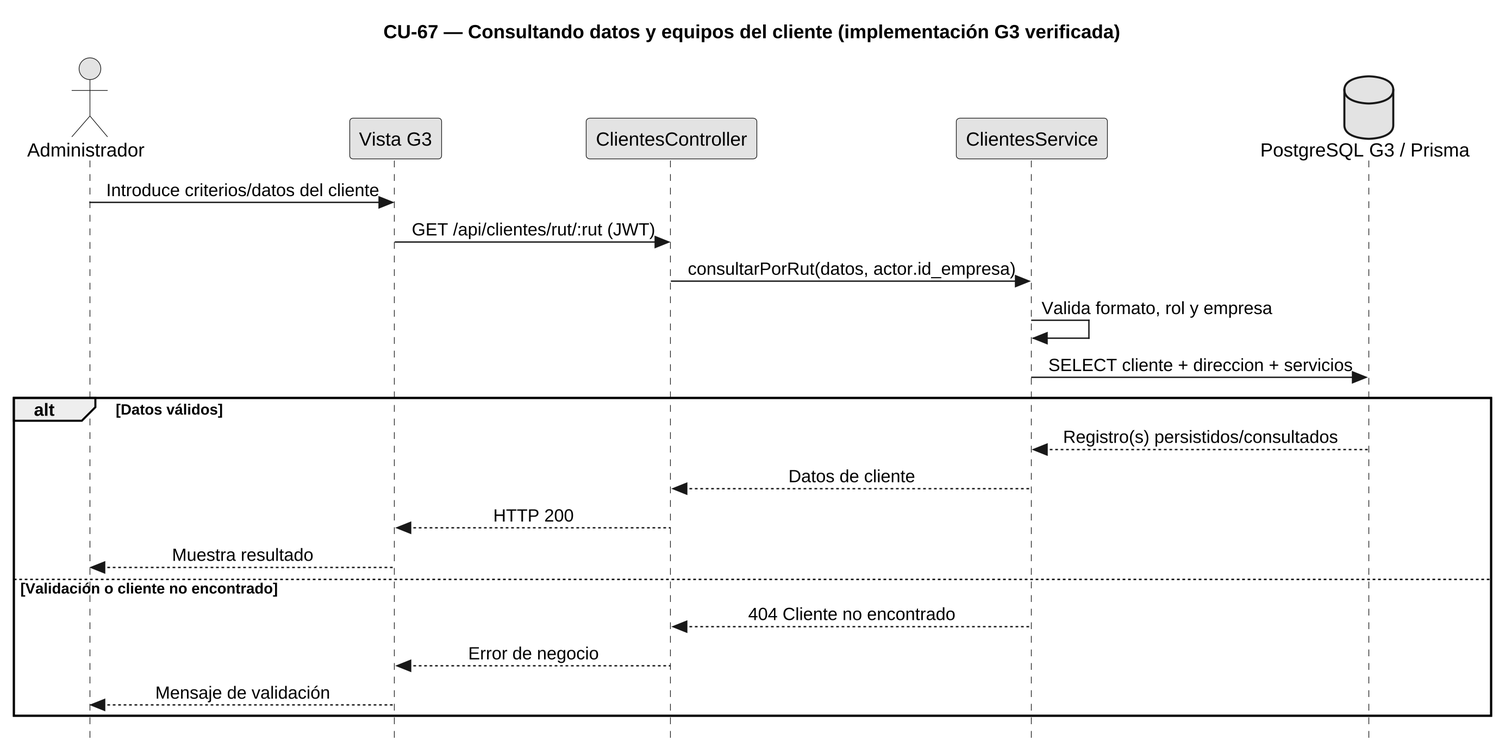
The PlantUML diagram diagramas/incremento3/CU67-g3-secuencia.png in FSM-Finet-y-Cable-Magico/Team_1-Inventario-y-Bodega, before a commit. Its diagram source:
```plantuml
@startuml
skinparamlocked dpi 240
skinparamlocked defaultFontName Liberation Sans
skinparam sequenceDividerBorderThickness 0.6
skinparam sequenceDividerBorderColor 888888
skinparam sequenceDividerBackgroundColor white
skinparam sequenceDividerFontStyle italic
skinparam sequenceDividerFontColor 444444
skinparam sequenceDividerShadowing false
skinparam style strictuml
skinparam monochrome true
skinparam shadowing false
skinparam sequenceMessageAlign center
hide footbox
title CU-67 — Consultando datos y equipos del cliente (implementación G3 verificada)
actor Administrador
participant "Vista G3" as V
participant "ClientesController" as C
participant "ClientesService" as S
database "PostgreSQL G3 / Prisma" as DB
Administrador -> V : Introduce criterios/datos del cliente
V -> C : GET /api/clientes/rut/:rut (JWT)
C -> S : consultarPorRut(datos, actor.id_empresa)
S -> S : Valida formato, rol y empresa
S -> DB : SELECT cliente + direccion + servicios
alt Datos válidos
DB --> S : Registro(s) persistidos/consultados
S --> C : Datos de cliente
C --> V : HTTP 200
V --> Administrador : Muestra resultado
else Validación o cliente no encontrado
S --> C : 404 Cliente no encontrado
C --> V : Error de negocio
V --> Administrador : Mensaje de validación
end
@enduml
```
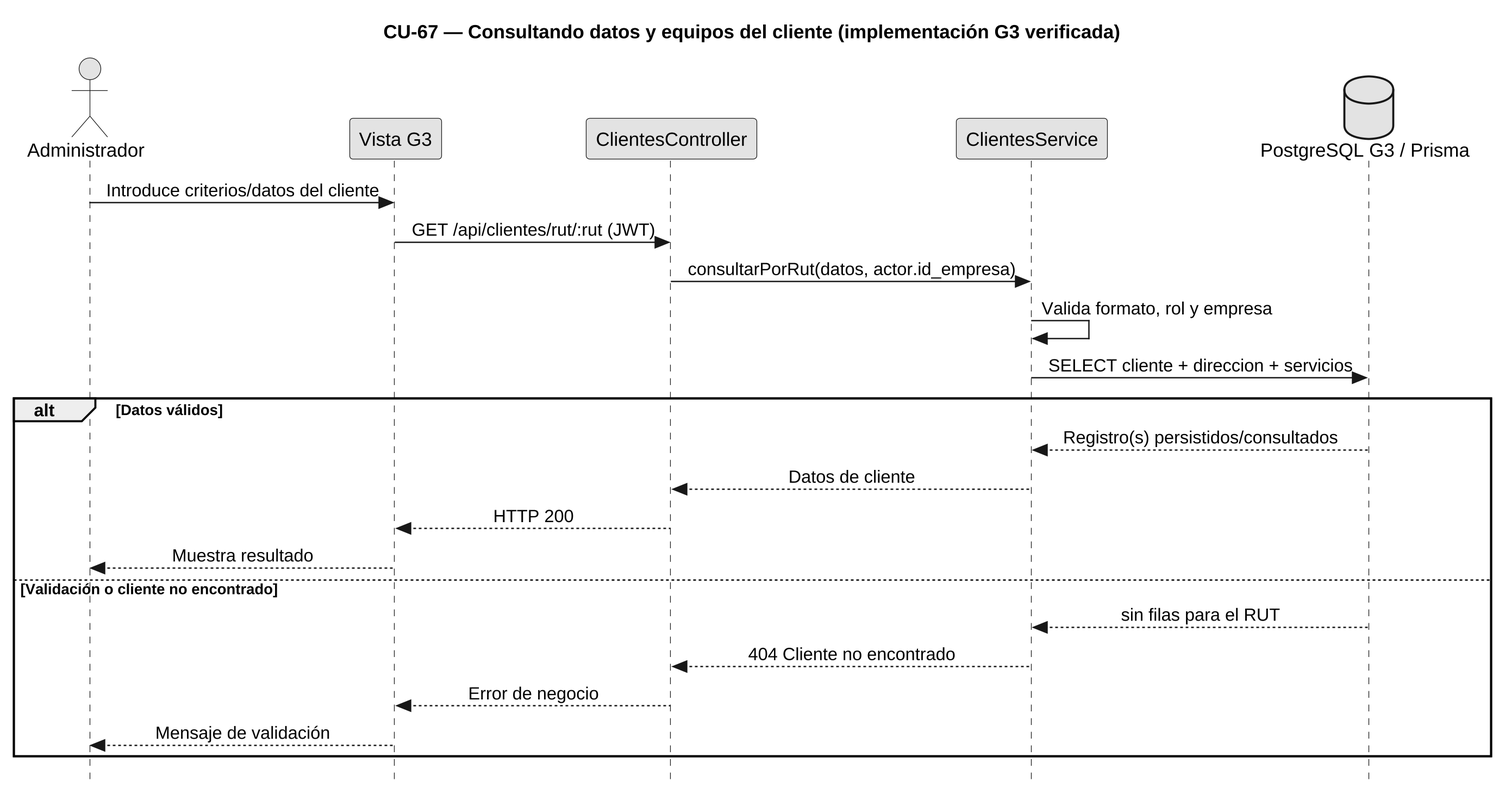
Later version of the same file.

Change to the diagram source:
```diff
@@ -29,6 +29,7 @@
 C --> V : HTTP 200
 V --> Administrador : Muestra resultado
 else Validación o cliente no encontrado
+DB --> S : sin filas para el RUT
 S --> C : 404 Cliente no encontrado
 C --> V : Error de negocio
 V --> Administrador : Mensaje de validación
```
